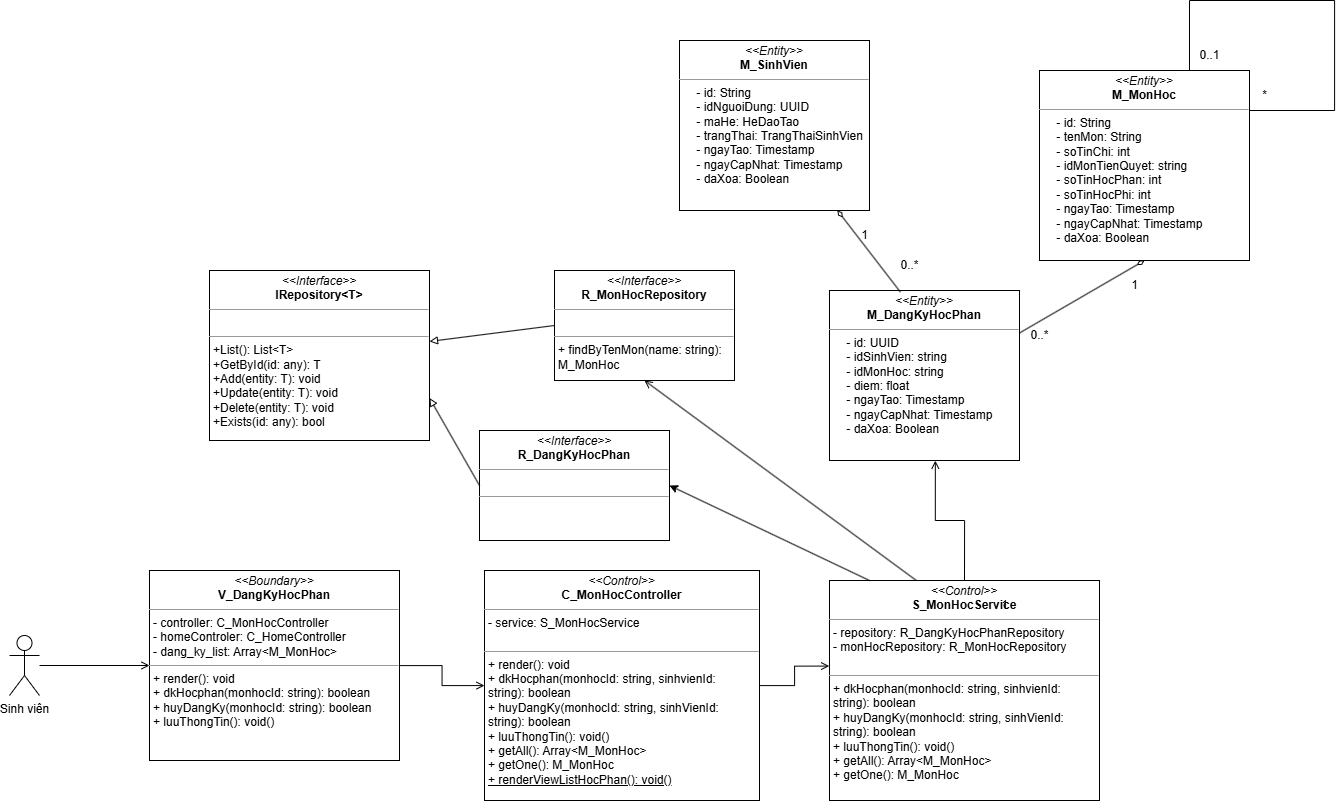
Before: Class Diagram/DK_Hoc_phan/Dang_ky_hoc_phan.drawio.png, a diagram exported from draw.io (imvietcuongfrvietnam/PTTKHT). Source tidied: cells renumbered, new cells last; positions are measured from the earlier drawing's top-left corner, leaving out a move shared by most shapes.
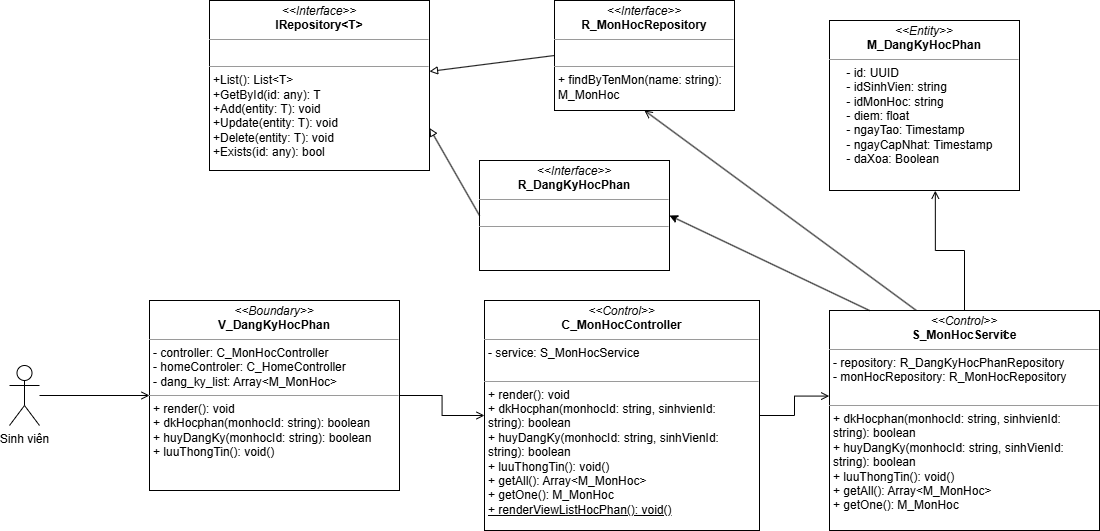
Later version of the same file.

The edit, as a diff of the source:
```diff
@@ -14,9 +14,6 @@
     <mxCell id="5" style="endArrow=block;html=1;rounded=0;exitX=0;exitY=0.5;exitDx=0;exitDy=0;endFill=0;" parent="1" edge="1" source="12" target="4">
       <mxGeometry relative="1" as="geometry" />
     </mxCell>
-    <mxCell id="6" value="&lt;p style=&quot;margin:0px;margin-top:4px;text-align:center;&quot;&gt;&lt;i&gt;&amp;lt;&amp;lt;Entity&amp;gt;&amp;gt;&lt;/i&gt;&lt;br&gt;&lt;b&gt;M_MonHoc&lt;/b&gt;&lt;/p&gt;&lt;hr size=&quot;1&quot;&gt;&lt;p style=&quot;margin:0px;margin-left:4px;&quot;&gt;&amp;nbsp; &amp;nbsp; - id: String&lt;/p&gt;&lt;p style=&quot;margin:0px;margin-left:4px;&quot;&gt;&amp;nbsp; &amp;nbsp; - tenMon: String&lt;/p&gt;&lt;p style=&quot;margin:0px;margin-left:4px;&quot;&gt;&amp;nbsp; &amp;nbsp; - soTinChi: int&lt;/p&gt;&lt;p style=&quot;margin:0px;margin-left:4px;&quot;&gt;&amp;nbsp; &amp;nbsp; - idMonTienQuyet: string&lt;/p&gt;&lt;p style=&quot;margin:0px;margin-left:4px;&quot;&gt;&amp;nbsp; &amp;nbsp; - soTinHocPhan: int&lt;/p&gt;&lt;p style=&quot;margin:0px;margin-left:4px;&quot;&gt;&amp;nbsp; &amp;nbsp; - soTinHocPhi: int&lt;/p&gt;&lt;p style=&quot;margin:0px;margin-left:4px;&quot;&gt;&amp;nbsp; &amp;nbsp; - ngayTao: Timestamp&lt;/p&gt;&lt;p style=&quot;margin:0px;margin-left:4px;&quot;&gt;&amp;nbsp; &amp;nbsp; - ngayCapNhat: Timestamp&lt;/p&gt;&lt;p style=&quot;margin:0px;margin-left:4px;&quot;&gt;&amp;nbsp; &amp;nbsp; - daXoa: Boolean&lt;/p&gt;" style="verticalAlign=top;align=left;overflow=fill;fontSize=12;fontFamily=Helvetica;html=1;rounded=0;shadow=0;comic=0;labelBackgroundColor=none;strokeWidth=1;" parent="1" vertex="1">
-      <mxGeometry x="1030" y="70" width="210" height="190" as="geometry" />
-    </mxCell>
     <mxCell id="7" style="edgeStyle=orthogonalEdgeStyle;rounded=0;jettySize=auto;html=1;endArrow=open;endFill=0;" parent="1" edge="1" source="8" target="11">
       <mxGeometry relative="1" as="geometry" />
     </mxCell>
@@ -38,17 +35,6 @@
     <mxCell id="13" style="endArrow=open;html=1;rounded=0;exitX=0.325;exitY=0.003;exitDx=0;exitDy=0;entryX=0.5;entryY=1;entryDx=0;entryDy=0;endFill=0;exitPerimeter=0;" parent="1" edge="1" source="16" target="12">
       <mxGeometry relative="1" as="geometry" />
     </mxCell>
-    <mxCell id="14" style="edgeStyle=orthogonalEdgeStyle;rounded=0;orthogonalLoop=1;jettySize=auto;html=1;endArrow=none;startFill=0;" parent="1" edge="1">
-      <mxGeometry relative="1" as="geometry">
-        <mxPoint x="1180" y="70" as="sourcePoint" />
-        <mxPoint x="1240" y="110" as="targetPoint" />
-        <Array as="points">
-          <mxPoint x="1180" />
-          <mxPoint x="1325" />
-          <mxPoint x="1325" y="110" />
-        </Array>
-      </mxGeometry>
-    </mxCell>
     <mxCell id="15" value="0..1" style="text;html=1;align=center;verticalAlign=middle;strokeColor=none;fillColor=none;" parent="1" vertex="1">
       <mxGeometry x="900" y="290" width="40" height="30" as="geometry" />
     </mxCell>
@@ -58,9 +44,6 @@
     <mxCell id="17" value="&lt;p style=&quot;margin:0px;margin-top:4px;text-align:center;&quot;&gt;&lt;i&gt;&amp;lt;&amp;lt;Entity&amp;gt;&amp;gt;&lt;/i&gt;&lt;br&gt;&lt;b&gt;M_DangKyHocPhan&lt;/b&gt;&lt;/p&gt;&lt;hr size=&quot;1&quot;&gt;&lt;p style=&quot;margin:0px;margin-left:4px;&quot;&gt;&amp;nbsp; &amp;nbsp; - id: UUID&lt;/p&gt;&lt;p style=&quot;margin:0px;margin-left:4px;&quot;&gt;&amp;nbsp; &amp;nbsp; - idSinhVien: string&lt;/p&gt;&lt;p style=&quot;margin:0px;margin-left:4px;&quot;&gt;&amp;nbsp; &amp;nbsp; - idMonHoc: string&lt;/p&gt;&lt;p style=&quot;margin:0px;margin-left:4px;&quot;&gt;&amp;nbsp; &amp;nbsp; - diem: float&lt;/p&gt;&lt;p style=&quot;margin:0px;margin-left:4px;&quot;&gt;&amp;nbsp; &amp;nbsp; - ngayTao: Timestamp&lt;/p&gt;&lt;p style=&quot;margin:0px;margin-left:4px;&quot;&gt;&amp;nbsp; &amp;nbsp; - ngayCapNhat: Timestamp&lt;/p&gt;&lt;p style=&quot;margin:0px;margin-left:4px;&quot;&gt;&amp;nbsp; &amp;nbsp; - daXoa: Boolean&lt;/p&gt;" style="verticalAlign=top;align=left;overflow=fill;fontSize=12;fontFamily=Helvetica;html=1;rounded=0;shadow=0;comic=0;labelBackgroundColor=none;strokeWidth=1;" parent="1" vertex="1">
       <mxGeometry x="820" y="290" width="190" height="170" as="geometry" />
     </mxCell>
-    <mxCell id="18" value="&lt;p style=&quot;margin:0px;margin-top:4px;text-align:center;&quot;&gt;&lt;i&gt;&amp;lt;&amp;lt;Entity&amp;gt;&amp;gt;&lt;/i&gt;&lt;br&gt;&lt;b&gt;M_SinhVien&lt;/b&gt;&lt;/p&gt;&lt;hr size=&quot;1&quot;&gt;&lt;p style=&quot;margin:0px;margin-left:4px;&quot;&gt;&amp;nbsp; &amp;nbsp; - id: String&lt;/p&gt;&lt;p style=&quot;margin:0px;margin-left:4px;&quot;&gt;&amp;nbsp; &amp;nbsp; - idNguoiDung: UUID&lt;/p&gt;&lt;p style=&quot;margin:0px;margin-left:4px;&quot;&gt;&amp;nbsp; &amp;nbsp; - maHe: HeDaoTao&lt;/p&gt;&lt;p style=&quot;margin:0px;margin-left:4px;&quot;&gt;&amp;nbsp; &amp;nbsp; - trangThai: TrangThaiSinhVien&lt;/p&gt;&lt;p style=&quot;margin:0px;margin-left:4px;&quot;&gt;&amp;nbsp; &amp;nbsp; - ngayTao: Timestamp&lt;/p&gt;&lt;p style=&quot;margin:0px;margin-left:4px;&quot;&gt;&amp;nbsp; &amp;nbsp; - ngayCapNhat: Timestamp&lt;/p&gt;&lt;p style=&quot;margin:0px;margin-left:4px;&quot;&gt;&amp;nbsp; &amp;nbsp; - daXoa: Boolean&lt;/p&gt;" style="verticalAlign=top;align=left;overflow=fill;fontSize=12;fontFamily=Helvetica;html=1;rounded=0;shadow=0;comic=0;labelBackgroundColor=none;strokeWidth=1;" parent="1" vertex="1">
-      <mxGeometry x="670" y="40" width="190" height="170" as="geometry" />
-    </mxCell>
     <mxCell id="19" value="&lt;p style=&quot;margin:0px;margin-top:4px;text-align:center;&quot;&gt;&lt;i&gt;&amp;lt;&amp;lt;Interface&amp;gt;&amp;gt;&lt;/i&gt;&lt;br&gt;&lt;b&gt;R_DangKyHocPhan&lt;/b&gt;&lt;/p&gt;&lt;hr size=&quot;1&quot;&gt;&lt;p style=&quot;margin:0px;margin-left:4px;&quot;&gt;&lt;br&gt;&lt;/p&gt;&lt;hr size=&quot;1&quot;&gt;&lt;p style=&quot;margin: 0px 0px 0px 4px;&quot;&gt;&lt;br&gt;&lt;/p&gt;" style="verticalAlign=top;align=left;overflow=fill;fontSize=12;fontFamily=Helvetica;html=1;rounded=0;shadow=0;comic=0;labelBackgroundColor=none;strokeWidth=1;" parent="1" vertex="1">
       <mxGeometry x="470" y="430" width="190" height="110" as="geometry" />
     </mxCell>
@@ -70,32 +53,8 @@
     <mxCell id="21" style="endArrow=classic;html=1;rounded=0;exitX=0.148;exitY=0;exitDx=0;exitDy=0;exitPerimeter=0;entryX=1;entryY=0.5;entryDx=0;entryDy=0;" parent="1" edge="1" source="16" target="19">
       <mxGeometry relative="1" as="geometry" />
     </mxCell>
-    <mxCell id="22" style="endArrow=diamondThin;html=1;rounded=0;endFill=0;exitX=0.373;exitY=0.009;exitDx=0;exitDy=0;entryX=0.831;entryY=0.999;entryDx=0;entryDy=0;entryPerimeter=0;exitPerimeter=0;" parent="1" edge="1" source="17" target="18">
-      <mxGeometry relative="1" as="geometry" />
-    </mxCell>
-    <mxCell id="23" style="endArrow=diamondThin;html=1;rounded=0;endFill=0;exitX=1;exitY=0.25;exitDx=0;exitDy=0;entryX=0.5;entryY=1;entryDx=0;entryDy=0;" parent="1" edge="1" source="17" target="6">
-      <mxGeometry relative="1" as="geometry" />
-    </mxCell>
-    <mxCell id="24" value="0..*" style="text;html=1;align=center;verticalAlign=middle;strokeColor=none;fillColor=none;" parent="1" vertex="1">
-      <mxGeometry x="880" y="250" width="40" height="30" as="geometry" />
-    </mxCell>
-    <mxCell id="25" value="0..*" style="text;html=1;align=center;verticalAlign=middle;strokeColor=none;fillColor=none;" parent="1" vertex="1">
-      <mxGeometry x="1010" y="320" width="40" height="30" as="geometry" />
-    </mxCell>
     <mxCell id="26" value="1" style="text;html=1;align=center;verticalAlign=middle;strokeColor=none;fillColor=none;" parent="1" vertex="1">
       <mxGeometry x="980" y="590" width="30" height="30" as="geometry" />
     </mxCell>
-    <mxCell id="27" value="1" style="text;html=1;align=center;verticalAlign=middle;strokeColor=none;fillColor=none;" parent="1" vertex="1">
-      <mxGeometry x="840" y="220" width="30" height="30" as="geometry" />
-    </mxCell>
-    <mxCell id="28" value="1" style="text;html=1;align=center;verticalAlign=middle;strokeColor=none;fillColor=none;" parent="1" vertex="1">
-      <mxGeometry x="1110" y="270" width="30" height="30" as="geometry" />
-    </mxCell>
-    <mxCell id="29" value="0..1" style="text;html=1;align=center;verticalAlign=middle;strokeColor=none;fillColor=none;" parent="1" vertex="1">
-      <mxGeometry x="1180" y="40" width="40" height="30" as="geometry" />
-    </mxCell>
-    <mxCell id="30" value="*" style="text;html=1;align=center;verticalAlign=middle;strokeColor=none;fillColor=none;" parent="1" vertex="1">
-      <mxGeometry x="1240" y="80" width="30" height="30" as="geometry" />
-    </mxCell>
   </root>
 </mxGraphModel>
```
